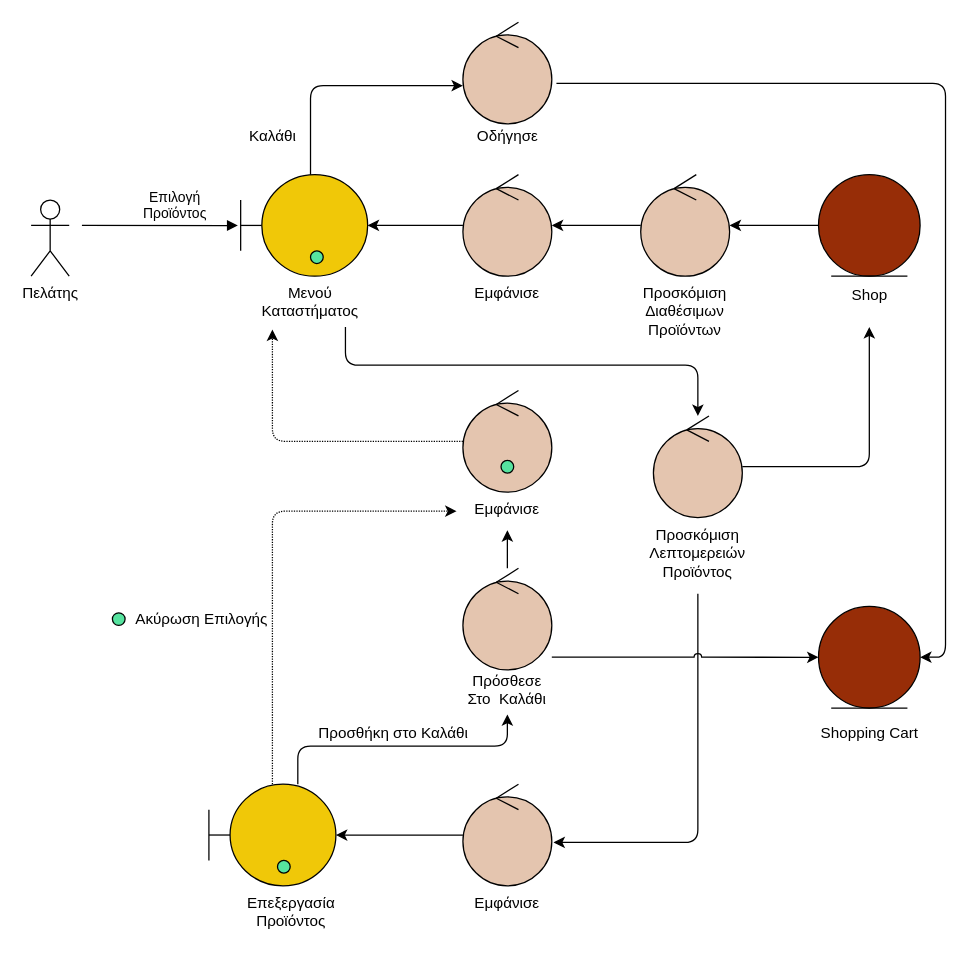
The draw.io diagram docs/contributions/AthanasiaZ/Writing-Charts/Phase5/Use Case Order/orderrobustness.drawio in iloudaros/nomnomr, before the edit. Source tidied: cells renumbered, new cells numbered last; positions are measured from the earlier drawing's top-left corner, leaving out a move shared by most shapes. Both pictures are drawn from the tidied source at 127%, with x=0, y=0 at pixel (30, 22).
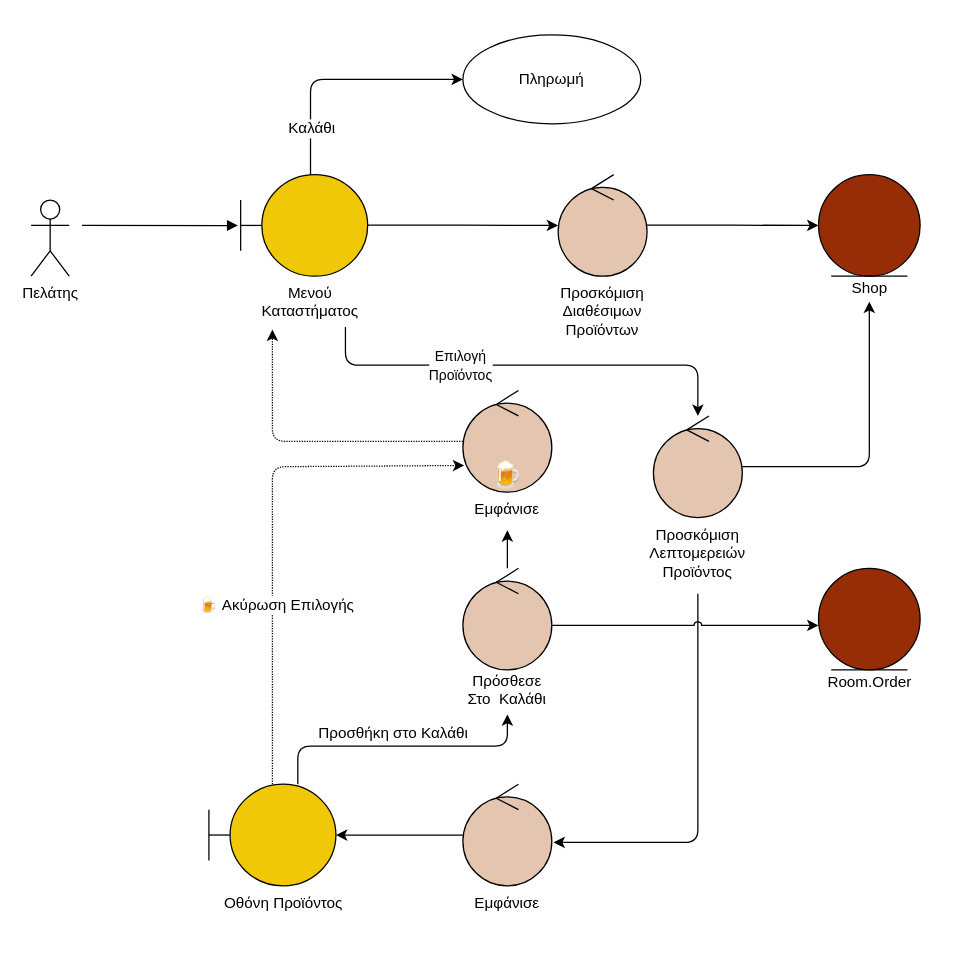
The same page after the edit.

Commit message (it also covers changes not shown here):
Order Robustness report-ready

The change refers to these unchanged cells:
```xml
<mxCell id="4" style="edgeStyle=orthogonalEdgeStyle;rounded=1;jettySize=auto;html=1;exitX=0.75;exitY=1;exitDx=0;exitDy=0;" parent="1" edge="1" source="25" target="17">
  <mxGeometry relative="1" as="geometry">
    <Array as="points">
      <mxPoint x="248" y="270" />
      <mxPoint x="525" y="270" />
    </Array>
  </mxGeometry>
</mxCell>
<mxCell id="6" style="shape=umlBoundary;whiteSpace=wrap;html=1;fillColor=#F0C808;" parent="1" vertex="1">
  <mxGeometry x="165" y="120" width="100" height="80" as="geometry" />
</mxCell>
<mxCell id="12" style="shape=umlBoundary;whiteSpace=wrap;html=1;fillColor=#F0C808;" parent="1" vertex="1">
  <mxGeometry x="140" y="600" width="100" height="80" as="geometry" />
</mxCell>
<mxCell id="15" style="ellipse;shape=umlEntity;whiteSpace=wrap;html=1;fillColor=#972D07;" parent="1" vertex="1">
  <mxGeometry x="620" y="120" width="80" height="80" as="geometry" />
</mxCell>
<mxCell id="17" style="ellipse;shape=umlControl;whiteSpace=wrap;html=1;fillColor=#E4C5AF;" parent="1" vertex="1">
  <mxGeometry x="490" y="310" width="70" height="80" as="geometry" />
</mxCell>
<mxCell id="21" style="ellipse;shape=umlControl;whiteSpace=wrap;html=1;fillColor=#E4C5AF;" parent="1" vertex="1">
  <mxGeometry x="340" y="290" width="70" height="80" as="geometry" />
</mxCell>
<mxCell id="29" value="&lt;span style=&quot;color: rgb(0, 0, 0); font-family: helvetica; font-size: 12px; font-style: normal; font-weight: 400; letter-spacing: normal; text-indent: 0px; text-transform: none; word-spacing: 0px; display: inline; float: none;&quot;&gt;Εμφάνισε&lt;/span&gt;" style="text;whiteSpace=wrap;html=1;align=center;labelBackgroundColor=none;" parent="1" vertex="1">
  <mxGeometry x="335" y="370" width="80" height="30" as="geometry" />
</mxCell>
<mxCell id="33" style="ellipse;shape=umlControl;whiteSpace=wrap;html=1;fillColor=#E4C5AF;" parent="1" vertex="1">
  <mxGeometry x="340" y="430" width="70" height="80" as="geometry" />
</mxCell>
```

Change to the diagram source:
```diff
@@
-    <mxCell id="2" style="edgeStyle=orthogonalEdgeStyle;rounded=0;jettySize=auto;html=1;" parent="1" edge="1" source="3" target="6">
-      <mxGeometry relative="1" as="geometry" />
-    </mxCell>
-    <mxCell id="3" style="ellipse;shape=umlControl;whiteSpace=wrap;html=1;fillColor=#E4C5AF;" parent="1" vertex="1">
-      <mxGeometry x="340" y="120" width="70" height="80" as="geometry" />
-    </mxCell>
@@
+    <mxCell id="47" value="&lt;span style=&quot;font-size: 11px;&quot;&gt;Επιλογή&lt;/span&gt;&lt;br style=&quot;font-size: 11px;&quot;&gt;&lt;span style=&quot;font-size: 11px;&quot;&gt;Προϊόντος&lt;/span&gt;" style="edgeLabel;html=1;align=center;verticalAlign=middle;fontSize=12;labelBackgroundColor=default;" parent="4" vertex="1">
+      <mxGeometry x="-0.31" y="1" relative="1" as="geometry" />
+    </mxCell>
-    <mxCell id="5" style="edgeStyle=orthogonalEdgeStyle;rounded=1;jumpStyle=arc;jettySize=auto;html=1;entryX=0;entryY=0.625;entryDx=0;entryDy=0;entryPerimeter=0;" parent="1" edge="1" source="6" target="41">
+    <mxCell id="5" style="edgeStyle=orthogonalEdgeStyle;rounded=1;jumpStyle=arc;jettySize=auto;html=1;entryX=0;entryY=0.5;entryDx=0;entryDy=0;" parent="1" edge="1" source="6" target="50">
       <mxGeometry relative="1" as="geometry">
         <Array as="points">
-          <mxPoint x="220" y="50" />
+          <mxPoint x="220" y="45" />
         </Array>
       </mxGeometry>
     </mxCell>
+    <mxCell id="45" value="Καλάθι" style="edgeLabel;html=1;align=center;verticalAlign=middle;fontSize=12;" parent="5" vertex="1">
+      <mxGeometry x="-0.62" relative="1" as="geometry" />
+    </mxCell>
@@
-    <mxCell id="7" value="Επιλογή &lt;br&gt;Προϊόντος" style="html=1;verticalAlign=bottom;endArrow=block;rounded=0;entryX=-0.022;entryY=0.501;entryDx=0;entryDy=0;entryPerimeter=0;labelBackgroundColor=none;" parent="1" edge="1" target="6">
+    <mxCell id="7" style="html=1;verticalAlign=bottom;endArrow=block;rounded=0;entryX=-0.022;entryY=0.501;entryDx=0;entryDy=0;entryPerimeter=0;labelBackgroundColor=none;" parent="1" edge="1" target="6">
       <mxGeometry x="0.19" relative="1" as="geometry">
         <mxPoint x="40" y="160" as="sourcePoint" />
         <Array as="points">
           <mxPoint x="40" y="160" />
         </Array>
       </mxGeometry>
     </mxCell>
-    <mxCell id="8" style="edgeStyle=orthogonalEdgeStyle;rounded=0;jettySize=auto;html=1;" parent="1" edge="1" source="9" target="3">
+    <mxCell id="8" style="edgeStyle=orthogonalEdgeStyle;rounded=0;jettySize=auto;html=1;exitX=1;exitY=0.498;exitDx=0;exitDy=0;exitPerimeter=0;entryX=0;entryY=0.5;entryDx=0;entryDy=0;entryPerimeter=0;" parent="1" edge="1" source="6" target="9">
       <mxGeometry relative="1" as="geometry" />
     </mxCell>
     <mxCell id="9" style="ellipse;shape=umlControl;whiteSpace=wrap;html=1;fillColor=#E4C5AF;" parent="1" vertex="1">
-      <mxGeometry x="480" y="120" width="70" height="80" as="geometry" />
+      <mxGeometry x="415" y="120" width="70" height="80" as="geometry" />
     </mxCell>
@@
-    <mxCell id="11" style="edgeStyle=orthogonalEdgeStyle;rounded=1;jettySize=auto;html=1;dashed=1;dashPattern=1 1;" parent="1" edge="1" source="12" target="29">
+    <mxCell id="11" style="edgeStyle=orthogonalEdgeStyle;rounded=1;jettySize=auto;html=1;dashed=1;dashPattern=1 1;entryX=0.015;entryY=0.738;entryDx=0;entryDy=0;entryPerimeter=0;" parent="1" edge="1" source="12" target="21">
       <mxGeometry relative="1" as="geometry">
         <Array as="points">
-          <mxPoint x="190" y="385" />
+          <mxPoint x="190" y="350" />
+          <mxPoint x="341" y="350" />
         </Array>
       </mxGeometry>
     </mxCell>
+    <mxCell id="48" value="&lt;span style=&quot;&quot;&gt;🍺&amp;nbsp;&lt;/span&gt;&lt;span style=&quot;&quot;&gt;Ακύρωση Επιλογής&lt;/span&gt;" style="edgeLabel;html=1;align=center;verticalAlign=middle;fontSize=12;labelBackgroundColor=#FFFFFF;" parent="11" vertex="1">
+      <mxGeometry x="-0.29" y="-2" relative="1" as="geometry" />
+    </mxCell>
@@
-    <mxCell id="13" style="edgeStyle=orthogonalEdgeStyle;rounded=0;jettySize=auto;html=1;" parent="1" edge="1" source="15" target="9">
+    <mxCell id="13" style="edgeStyle=orthogonalEdgeStyle;rounded=0;jettySize=auto;html=1;entryX=0;entryY=0.5;entryDx=0;entryDy=0;exitX=0.998;exitY=0.497;exitDx=0;exitDy=0;exitPerimeter=0;" parent="1" edge="1" source="9" target="15">
       <mxGeometry relative="1" as="geometry" />
     </mxCell>
-    <mxCell id="14" style="edgeStyle=orthogonalEdgeStyle;rounded=1;jettySize=auto;html=1;" parent="1" edge="1" source="17">
+    <mxCell id="14" style="edgeStyle=orthogonalEdgeStyle;rounded=1;jettySize=auto;html=1;entryX=0.5;entryY=1;entryDx=0;entryDy=0;entryPerimeter=0;" parent="1" edge="1" source="17" target="38">
       <mxGeometry relative="1" as="geometry">
-        <mxPoint x="660" y="240" as="targetPoint" />
         <Array as="points">
           <mxPoint x="660" y="350" />
         </Array>
       </mxGeometry>
     </mxCell>
@@
     <mxCell id="23" value="&lt;span style=&quot;color: rgb(0, 0, 0); font-family: helvetica; font-size: 12px; font-style: normal; font-weight: 400; letter-spacing: normal; text-indent: 0px; text-transform: none; word-spacing: 0px; display: inline; float: none;&quot;&gt;Προσκόμιση&lt;/span&gt;&lt;br style=&quot;color: rgb(0, 0, 0); font-family: helvetica; font-size: 12px; font-style: normal; font-weight: 400; letter-spacing: normal; text-indent: 0px; text-transform: none; word-spacing: 0px;&quot;&gt;&lt;span style=&quot;color: rgb(0, 0, 0); font-family: helvetica; font-size: 12px; font-style: normal; font-weight: 400; letter-spacing: normal; text-indent: 0px; text-transform: none; word-spacing: 0px; display: inline; float: none;&quot;&gt;Διαθέσιμων&lt;/span&gt;&lt;br style=&quot;color: rgb(0, 0, 0); font-family: helvetica; font-size: 12px; font-style: normal; font-weight: 400; letter-spacing: normal; text-indent: 0px; text-transform: none; word-spacing: 0px;&quot;&gt;&lt;span style=&quot;color: rgb(0, 0, 0); font-family: helvetica; font-size: 12px; font-style: normal; font-weight: 400; letter-spacing: normal; text-indent: 0px; text-transform: none; word-spacing: 0px; display: inline; float: none;&quot;&gt;Προϊόντων&lt;/span&gt;" style="text;whiteSpace=wrap;html=1;align=center;labelBackgroundColor=none;" parent="1" vertex="1">
-      <mxGeometry x="465" y="200" width="100" height="60" as="geometry" />
+      <mxGeometry x="400" y="200" width="100" height="60" as="geometry" />
     </mxCell>
-    <mxCell id="24" value="&lt;span style=&quot;color: rgb(0, 0, 0); font-family: helvetica; font-size: 12px; font-style: normal; font-weight: 400; letter-spacing: normal; text-indent: 0px; text-transform: none; word-spacing: 0px; display: inline; float: none;&quot;&gt;Εμφάνισε&lt;/span&gt;" style="text;whiteSpace=wrap;html=1;align=center;labelBackgroundColor=none;" parent="1" vertex="1">
-      <mxGeometry x="335" y="200" width="80" height="30" as="geometry" />
-    </mxCell>
@@
-    <mxCell id="28" value="&lt;span style=&quot;color: rgb(0, 0, 0); font-family: helvetica; font-size: 12px; font-style: normal; font-weight: 400; letter-spacing: normal; text-indent: 0px; text-transform: none; word-spacing: 0px; display: inline; float: none;&quot;&gt;Επεξεργασία&lt;/span&gt;&lt;br style=&quot;color: rgb(0, 0, 0); font-family: helvetica; font-size: 12px; font-style: normal; font-weight: 400; letter-spacing: normal; text-indent: 0px; text-transform: none; word-spacing: 0px;&quot;&gt;&lt;span style=&quot;color: rgb(0, 0, 0); font-family: helvetica; font-size: 12px; font-style: normal; font-weight: 400; letter-spacing: normal; text-indent: 0px; text-transform: none; word-spacing: 0px; display: inline; float: none;&quot;&gt;Προϊόντος&lt;/span&gt;" style="text;whiteSpace=wrap;html=1;align=center;labelBackgroundColor=none;" parent="1" vertex="1">
-      <mxGeometry x="155" y="680" width="100" height="40" as="geometry" />
+    <mxCell id="28" value="&lt;font face=&quot;helvetica&quot;&gt;Οθόνη Προϊόντος&lt;/font&gt;" style="text;whiteSpace=wrap;html=1;align=center;labelBackgroundColor=none;" parent="1" vertex="1">
+      <mxGeometry x="149" y="680" width="100" height="40" as="geometry" />
     </mxCell>
@@
     <mxCell id="30" style="ellipse;shape=umlEntity;whiteSpace=wrap;html=1;fillColor=#972D07;" parent="1" vertex="1">
-      <mxGeometry x="620" y="460" width="80" height="80" as="geometry" />
+      <mxGeometry x="620" y="430" width="80" height="80" as="geometry" />
     </mxCell>
-    <mxCell id="31" style="edgeStyle=orthogonalEdgeStyle;rounded=1;jettySize=auto;html=1;entryX=0;entryY=0.5;entryDx=0;entryDy=0;jumpStyle=arc;" parent="1" edge="1" target="30">
+    <mxCell id="31" style="edgeStyle=orthogonalEdgeStyle;rounded=1;jettySize=auto;html=1;jumpStyle=arc;exitX=1.002;exitY=0.562;exitDx=0;exitDy=0;exitPerimeter=0;" parent="1" edge="1" source="33">
       <mxGeometry relative="1" as="geometry">
-        <mxPoint x="410" y="500" as="sourcePoint" />
+        <mxPoint x="620" y="475" as="targetPoint" />
+        <Array as="points">
+          <mxPoint x="620" y="475" />
+        </Array>
       </mxGeometry>
     </mxCell>
@@
-    <mxCell id="35" style="shape=ellipse;fillColor=#56E39F;strokeColor=default;html=1;sketch=0;" parent="1" vertex="1">
-      <mxGeometry x="194" y="660" width="10" height="10" as="geometry" />
-    </mxCell>
-    <mxCell id="36" style="shape=ellipse;fillColor=#56E39F;strokeColor=default;html=1;sketch=0;" parent="1" vertex="1">
-      <mxGeometry x="370" y="345" width="10" height="10" as="geometry" />
-    </mxCell>
-    <mxCell id="37" style="shape=ellipse;fillColor=#56E39F;strokeColor=default;html=1;sketch=0;" parent="1" vertex="1">
-      <mxGeometry x="220" y="180" width="10" height="10" as="geometry" />
-    </mxCell>
     <mxCell id="38" value="Shop" style="text;html=1;align=center;verticalAlign=middle;points=[];strokeColor=none;fillColor=none;" parent="1" vertex="1">
-      <mxGeometry x="640" y="205" width="40" height="20" as="geometry" />
+      <mxGeometry x="640" y="200" width="40" height="20" as="geometry" />
     </mxCell>
-    <mxCell id="39" value="Shopping Cart" style="text;html=1;align=center;verticalAlign=middle;strokeColor=none;fillColor=none;" parent="1" vertex="1">
-      <mxGeometry x="615" y="550" width="90" height="20" as="geometry" />
+    <mxCell id="39" value="Room.Order" style="text;html=1;align=center;verticalAlign=middle;strokeColor=none;fillColor=none;" parent="1" vertex="1">
+      <mxGeometry x="620" y="510" width="80" height="20" as="geometry" />
     </mxCell>
-    <mxCell id="40" style="edgeStyle=orthogonalEdgeStyle;rounded=1;jumpStyle=arc;jettySize=auto;html=1;entryX=1;entryY=0.5;entryDx=0;entryDy=0;exitX=1.052;exitY=0.602;exitDx=0;exitDy=0;exitPerimeter=0;" parent="1" edge="1" source="41" target="30">
-      <mxGeometry relative="1" as="geometry" />
-    </mxCell>
-    <mxCell id="41" style="ellipse;shape=umlControl;whiteSpace=wrap;html=1;fillColor=#E4C5AF;" parent="1" vertex="1">
-      <mxGeometry x="340" width="70" height="80" as="geometry" />
-    </mxCell>
-    <mxCell id="42" value="Οδήγησε" style="text;html=1;align=center;verticalAlign=middle;strokeColor=none;fillColor=none;" parent="1" vertex="1">
-      <mxGeometry x="345" y="80" width="60" height="20" as="geometry" />
-    </mxCell>
@@
-    <mxCell id="44" value="Ακύρωση Επιλογής" style="text;html=1;align=center;verticalAlign=middle;strokeColor=none;fillColor=none;" parent="1" vertex="1">
-      <mxGeometry x="74" y="460" width="120" height="20" as="geometry" />
-    </mxCell>
-    <mxCell id="45" value="Καλάθι" style="text;html=1;align=center;verticalAlign=middle;strokeColor=none;fillColor=none;" parent="1" vertex="1">
-      <mxGeometry x="165" y="80" width="50" height="20" as="geometry" />
-    </mxCell>
-    <mxCell id="46" style="shape=ellipse;fillColor=#56E39F;strokeColor=default;html=1;sketch=0;" parent="1" vertex="1">
-      <mxGeometry x="64" y="465" width="10" height="10" as="geometry" />
-    </mxCell>
+    <mxCell id="49" value="🍺" style="text;whiteSpace=wrap;html=1;align=center;verticalAlign=middle;fontSize=20;" parent="1" vertex="1">
+      <mxGeometry x="355" y="340" width="40" height="30" as="geometry" />
+    </mxCell>
+    <mxCell id="50" value="Πληρωμή" style="ellipse;whiteSpace=wrap;html=1;labelBackgroundColor=#FFFFFF;fontSize=12;" parent="1" vertex="1">
+      <mxGeometry x="340" y="10" width="140" height="70" as="geometry" />
+    </mxCell>
```
